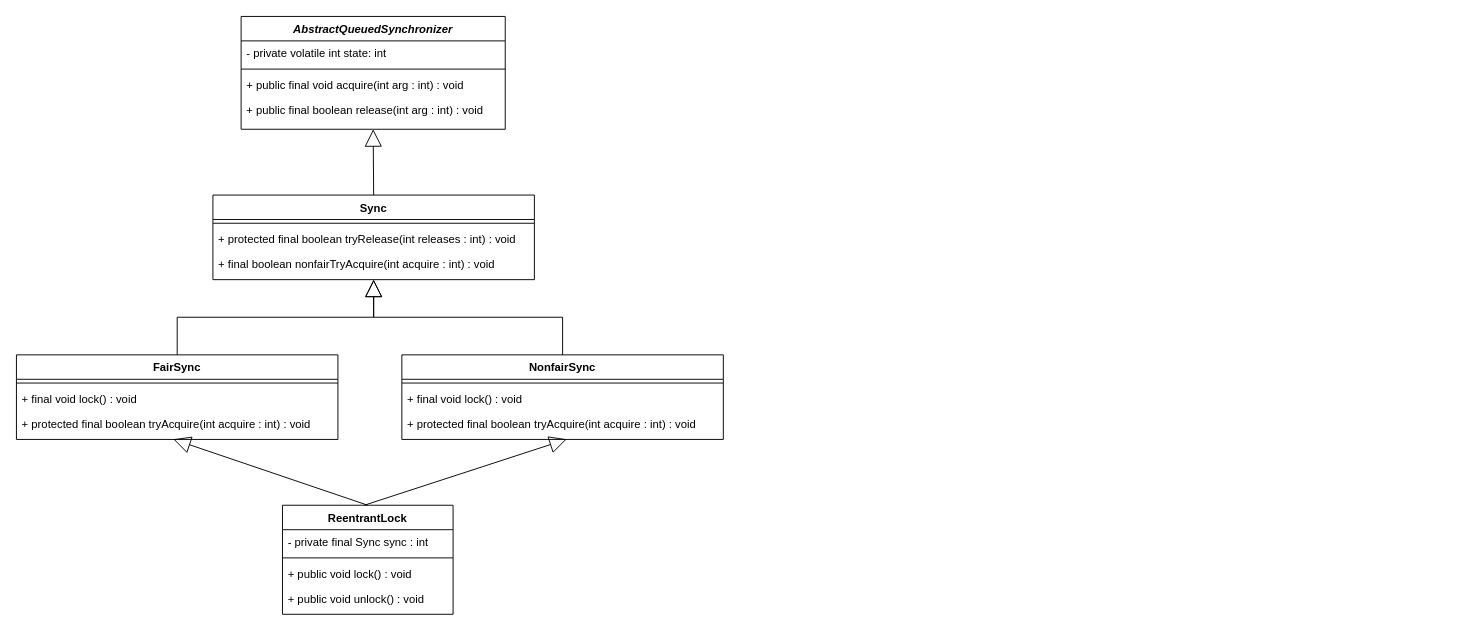
Above: Java Lock.drawio in changlinzeng/JavaStory (draw.io), before the change. Source tidied: cells renumbered, new cells numbered last; positions are measured from the earlier drawing's top-left corner, leaving out a move shared by most shapes. Both pictures are drawn from the tidied source at 94%, with x=0, y=0 at pixel (16, 16).
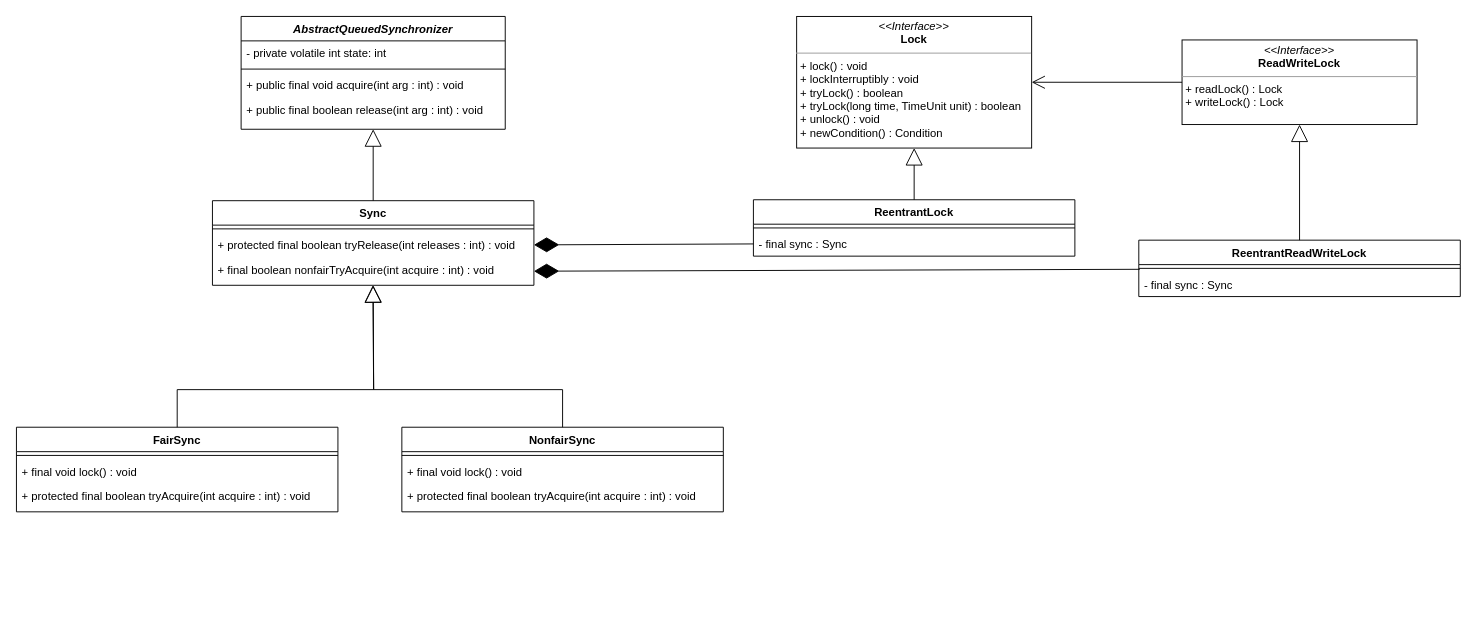
The same page after the edit.

The change refers to these unchanged cells:
```xml
<mxCell id="9" value="+ protected final boolean tryRelease(int releases : int) : void" style="text;strokeColor=none;fillColor=none;align=left;verticalAlign=top;spacingLeft=4;spacingRight=4;overflow=hidden;points=[[0,0.5],[1,0.5]];portConstraint=eastwest;" parent="7" vertex="1">
  <mxGeometry y="34" width="342" height="26" as="geometry" />
</mxCell>
<mxCell id="10" value="+ final boolean nonfairTryAcquire(int acquire : int) : void" style="text;strokeColor=none;fillColor=none;align=left;verticalAlign=top;spacingLeft=4;spacingRight=4;overflow=hidden;points=[[0,0.5],[1,0.5]];portConstraint=eastwest;" parent="7" vertex="1">
  <mxGeometry y="60" width="342" height="30" as="geometry" />
</mxCell>
<mxCell id="15" value="+ protected final boolean tryAcquire(int acquire : int) : void" style="text;strokeColor=none;fillColor=none;align=left;verticalAlign=top;spacingLeft=4;spacingRight=4;overflow=hidden;points=[[0,0.5],[1,0.5]];portConstraint=eastwest;" parent="12" vertex="1">
  <mxGeometry y="60" width="342" height="30" as="geometry" />
</mxCell>
<mxCell id="19" value="+ protected final boolean tryAcquire(int acquire : int) : void" style="text;strokeColor=none;fillColor=none;align=left;verticalAlign=top;spacingLeft=4;spacingRight=4;overflow=hidden;points=[[0,0.5],[1,0.5]];portConstraint=eastwest;" parent="16" vertex="1">
  <mxGeometry y="60" width="342" height="30" as="geometry" />
</mxCell>
```

What changed in the source:
```diff
@@
     <mxCell id="7" value="Sync" style="swimlane;fontStyle=1;align=center;verticalAlign=top;horizontal=1;startSize=26;" parent="1" vertex="1">
-      <mxGeometry x="209" y="190" width="342" height="90" as="geometry" />
+      <mxGeometry x="208.5" y="196" width="342" height="90" as="geometry" />
     </mxCell>
@@
     <mxCell id="12" value="FairSync" style="swimlane;fontStyle=1;align=center;verticalAlign=top;horizontal=1;startSize=26;" parent="1" vertex="1">
-      <mxGeometry y="360" width="342" height="90" as="geometry" />
+      <mxGeometry y="437" width="342" height="90" as="geometry" />
     </mxCell>
@@
     <mxCell id="16" value="NonfairSync" style="swimlane;fontStyle=1;align=center;verticalAlign=top;horizontal=1;startSize=26;" parent="1" vertex="1">
-      <mxGeometry x="410" y="360" width="342" height="90" as="geometry" />
+      <mxGeometry x="410" y="437" width="342" height="90" as="geometry" />
     </mxCell>
@@
-    <mxCell id="20" style="endArrow=block;endSize=16;endFill=0;html=1;rounded=0;exitX=0.5;exitY=0;exitDx=0;exitDy=0;" parent="1" edge="1" source="12">
+    <mxCell id="20" style="endArrow=block;endSize=16;endFill=0;html=1;rounded=0;exitX=0.5;exitY=0;exitDx=0;exitDy=0;" parent="1" edge="1" source="12" target="10">
       <mxGeometry relative="1" as="geometry">
-        <mxPoint x="380" y="280" as="targetPoint" />
         <Array as="points">
-          <mxPoint x="171" y="320" />
-          <mxPoint x="380" y="320" />
+          <mxPoint x="171" y="397" />
+          <mxPoint x="380" y="397" />
         </Array>
       </mxGeometry>
     </mxCell>
-    <mxCell id="21" style="endArrow=block;endSize=16;endFill=0;html=1;rounded=0;exitX=0.5;exitY=0;exitDx=0;exitDy=0;" parent="1" edge="1" source="16">
+    <mxCell id="21" style="endArrow=block;endSize=16;endFill=0;html=1;rounded=0;exitX=0.5;exitY=0;exitDx=0;exitDy=0;entryX=0.499;entryY=1;entryDx=0;entryDy=0;entryPerimeter=0;" parent="1" edge="1" source="16" target="10">
       <mxGeometry relative="1" as="geometry">
-        <mxPoint x="380" y="280" as="targetPoint" />
         <Array as="points">
-          <mxPoint x="581" y="320" />
-          <mxPoint x="380" y="320" />
+          <mxPoint x="581" y="397" />
+          <mxPoint x="380" y="397" />
         </Array>
       </mxGeometry>
     </mxCell>
+    <mxCell id="29" value="&lt;p style=&quot;margin:0px;margin-top:4px;text-align:center;&quot;&gt;&lt;i&gt;&amp;lt;&amp;lt;Interface&amp;gt;&amp;gt;&lt;/i&gt;&lt;br&gt;&lt;b&gt;Lock&lt;/b&gt;&lt;/p&gt;&lt;hr size=&quot;1&quot;&gt;&lt;p style=&quot;margin:0px;margin-left:4px;&quot;&gt;+ lock() : void&lt;br&gt;&lt;/p&gt;&lt;p style=&quot;margin:0px;margin-left:4px;&quot;&gt;+ lockInterruptibly : void&lt;/p&gt;&lt;p style=&quot;margin:0px;margin-left:4px;&quot;&gt;+ tryLock() : boolean&lt;/p&gt;&lt;p style=&quot;margin:0px;margin-left:4px;&quot;&gt;+ tryLock(long time, TimeUnit unit) : boolean&lt;/p&gt;&lt;p style=&quot;margin:0px;margin-left:4px;&quot;&gt;+ unlock() : void&lt;/p&gt;&lt;p style=&quot;margin:0px;margin-left:4px;&quot;&gt;+ newCondition() : Condition&lt;/p&gt;" style="verticalAlign=top;align=left;overflow=fill;fontSize=12;fontFamily=Helvetica;html=1;" parent="1" vertex="1">
+      <mxGeometry x="830" width="250" height="140" as="geometry" />
+    </mxCell>
     <mxCell id="22" value="ReentrantLock" style="swimlane;fontStyle=1;align=center;verticalAlign=top;horizontal=1;startSize=26;" parent="1" vertex="1">
-      <mxGeometry x="283" y="520" width="181.5" height="116" as="geometry" />
+      <mxGeometry x="784" y="195" width="342" height="60" as="geometry" />
     </mxCell>
-    <mxCell id="23" value="- private final Sync sync : int" style="text;strokeColor=none;fillColor=none;align=left;verticalAlign=top;spacingLeft=4;spacingRight=4;overflow=hidden;" parent="22" vertex="1">
-      <mxGeometry y="26" width="181.5" height="26" as="geometry" />
-    </mxCell>
-    <mxCell id="24" style="line;strokeWidth=1;fillColor=none;align=left;verticalAlign=middle;spacingTop=-1;spacingLeft=3;spacingRight=3;labelPosition=right;" parent="22" vertex="1">
-      <mxGeometry y="52" width="181.5" height="8" as="geometry" />
-    </mxCell>
-    <mxCell id="25" value="+ public void lock() : void" style="text;strokeColor=none;fillColor=none;align=left;verticalAlign=top;spacingLeft=4;spacingRight=4;overflow=hidden;" parent="22" vertex="1">
-      <mxGeometry y="60" width="181.5" height="26" as="geometry" />
-    </mxCell>
-    <mxCell id="26" value="+ public void unlock() : void" style="text;strokeColor=none;fillColor=none;align=left;verticalAlign=top;spacingLeft=4;spacingRight=4;overflow=hidden;" parent="22" vertex="1">
-      <mxGeometry y="86" width="181.5" height="30" as="geometry" />
-    </mxCell>
-    <mxCell id="27" style="endArrow=block;endSize=16;endFill=0;html=1;rounded=0;entryX=0.488;entryY=0.993;entryDx=0;entryDy=0;exitX=0.5;exitY=0;exitDx=0;exitDy=0;entryPerimeter=0;" parent="1" edge="1" source="22" target="15">
-      <mxGeometry relative="1" as="geometry" />
-    </mxCell>
-    <mxCell id="28" style="endArrow=block;endSize=16;endFill=0;html=1;rounded=0;entryX=0.513;entryY=0.993;entryDx=0;entryDy=0;entryPerimeter=0;" parent="1" edge="1" target="19">
-      <mxGeometry relative="1" as="geometry">
-        <mxPoint x="370" y="520" as="sourcePoint" />
-      </mxGeometry>
-    </mxCell>
+    <mxCell id="30" style="line;strokeWidth=1;fillColor=none;align=left;verticalAlign=middle;spacingTop=-1;spacingLeft=3;spacingRight=3;labelPosition=right;" parent="22" vertex="1">
+      <mxGeometry y="26" width="342" height="8" as="geometry" />
+    </mxCell>
+    <mxCell id="31" value="- final sync : Sync" style="text;strokeColor=none;fillColor=none;align=left;verticalAlign=top;spacingLeft=4;spacingRight=4;overflow=hidden;points=[[0,0.5],[1,0.5]];portConstraint=eastwest;" parent="22" vertex="1">
+      <mxGeometry y="34" width="342" height="26" as="geometry" />
+    </mxCell>
+    <mxCell id="32" style="endArrow=block;endSize=16;endFill=0;html=1;rounded=0;entryX=0.5;entryY=1;entryDx=0;entryDy=0;exitX=0.5;exitY=0;exitDx=0;exitDy=0;" parent="1" edge="1" source="22" target="29">
+      <mxGeometry relative="1" as="geometry" />
+    </mxCell>
+    <mxCell id="33" value="&lt;p style=&quot;margin:0px;margin-top:4px;text-align:center;&quot;&gt;&lt;i&gt;&amp;lt;&amp;lt;Interface&amp;gt;&amp;gt;&lt;/i&gt;&lt;br&gt;&lt;b&gt;ReadWriteLock&lt;/b&gt;&lt;/p&gt;&lt;hr size=&quot;1&quot;&gt;&lt;p style=&quot;margin:0px;margin-left:4px;&quot;&gt;+ readLock() : Lock&lt;/p&gt;&lt;p style=&quot;margin:0px;margin-left:4px;&quot;&gt;+ writeLock() : Lock&lt;/p&gt;" style="verticalAlign=top;align=left;overflow=fill;fontSize=12;fontFamily=Helvetica;html=1;" parent="1" vertex="1">
+      <mxGeometry x="1240" y="25" width="250" height="90" as="geometry" />
+    </mxCell>
+    <mxCell id="34" style="endArrow=open;endFill=1;endSize=12;html=1;rounded=0;entryX=1;entryY=0.5;entryDx=0;entryDy=0;exitX=0;exitY=0.5;exitDx=0;exitDy=0;" parent="1" edge="1" source="33" target="29">
+      <mxGeometry relative="1" as="geometry" />
+    </mxCell>
+    <mxCell id="35" style="endArrow=diamondThin;endFill=1;endSize=24;html=1;rounded=0;entryX=1;entryY=0.5;entryDx=0;entryDy=0;exitX=0;exitY=0.5;exitDx=0;exitDy=0;" parent="1" edge="1" source="31" target="9">
+      <mxGeometry relative="1" as="geometry" />
+    </mxCell>
+    <mxCell id="36" value="ReentrantReadWriteLock" style="swimlane;fontStyle=1;align=center;verticalAlign=top;horizontal=1;startSize=26;" parent="1" vertex="1">
+      <mxGeometry x="1194" y="238" width="342" height="60" as="geometry" />
+    </mxCell>
+    <mxCell id="37" style="line;strokeWidth=1;fillColor=none;align=left;verticalAlign=middle;spacingTop=-1;spacingLeft=3;spacingRight=3;labelPosition=right;points=[];portConstraint=eastwest;" parent="36" vertex="1">
+      <mxGeometry y="26" width="342" height="8" as="geometry" />
+    </mxCell>
+    <mxCell id="38" value="- final sync : Sync" style="text;strokeColor=none;fillColor=none;align=left;verticalAlign=top;spacingLeft=4;spacingRight=4;overflow=hidden;" parent="36" vertex="1">
+      <mxGeometry y="34" width="342" height="26" as="geometry" />
+    </mxCell>
+    <mxCell id="39" style="endArrow=block;endSize=16;endFill=0;html=1;rounded=0;entryX=0.5;entryY=1;entryDx=0;entryDy=0;exitX=0.5;exitY=0;exitDx=0;exitDy=0;" parent="1" edge="1" source="36" target="33">
+      <mxGeometry relative="1" as="geometry" />
+    </mxCell>
+    <mxCell id="40" style="endArrow=diamondThin;endFill=1;endSize=24;html=1;rounded=0;entryX=1;entryY=0.5;entryDx=0;entryDy=0;exitX=0.003;exitY=0.625;exitDx=0;exitDy=0;exitPerimeter=0;" parent="1" edge="1" source="37" target="10">
+      <mxGeometry relative="1" as="geometry" />
+    </mxCell>
```
